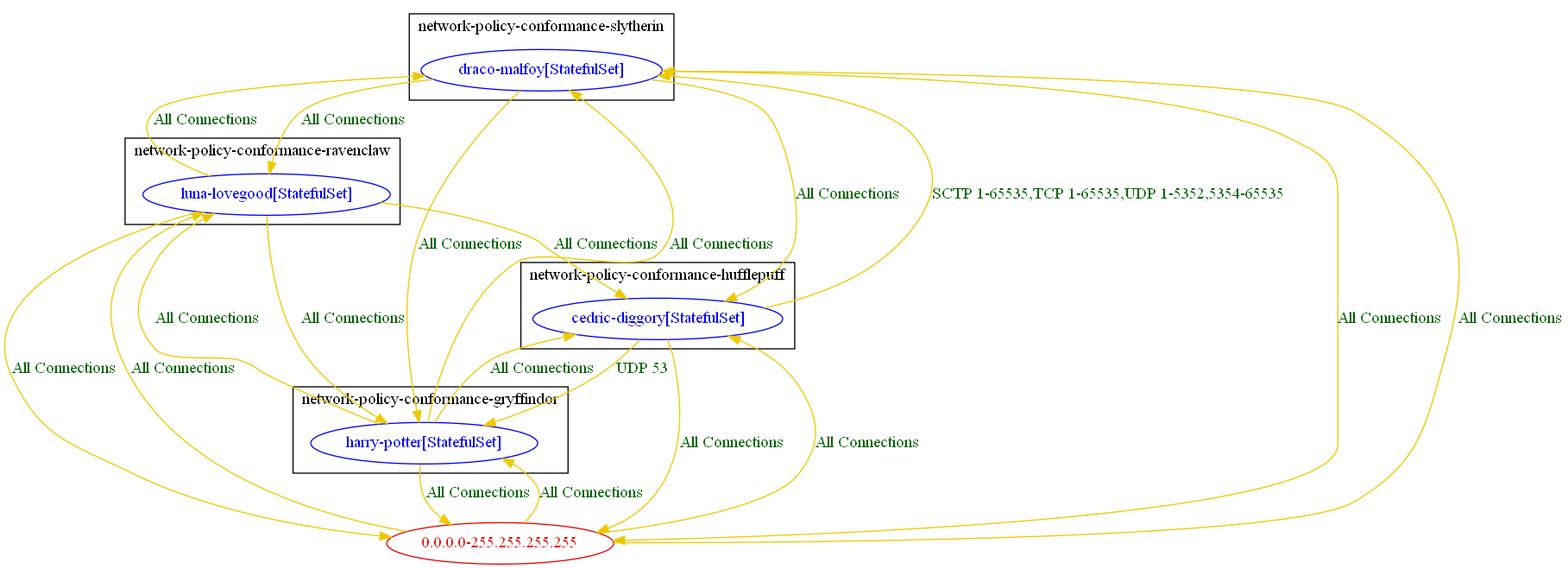
The Graphviz diagram test_outputs/connlist/banp_test_core_egress_udp_swapping_rules_connlist_output.dot.png in np-guard/netpol-analyzer, before a commit. Its source is kept beside it as test_outputs/connlist/banp_test_core_egress_udp_swapping_rules_connlist_output.dot.
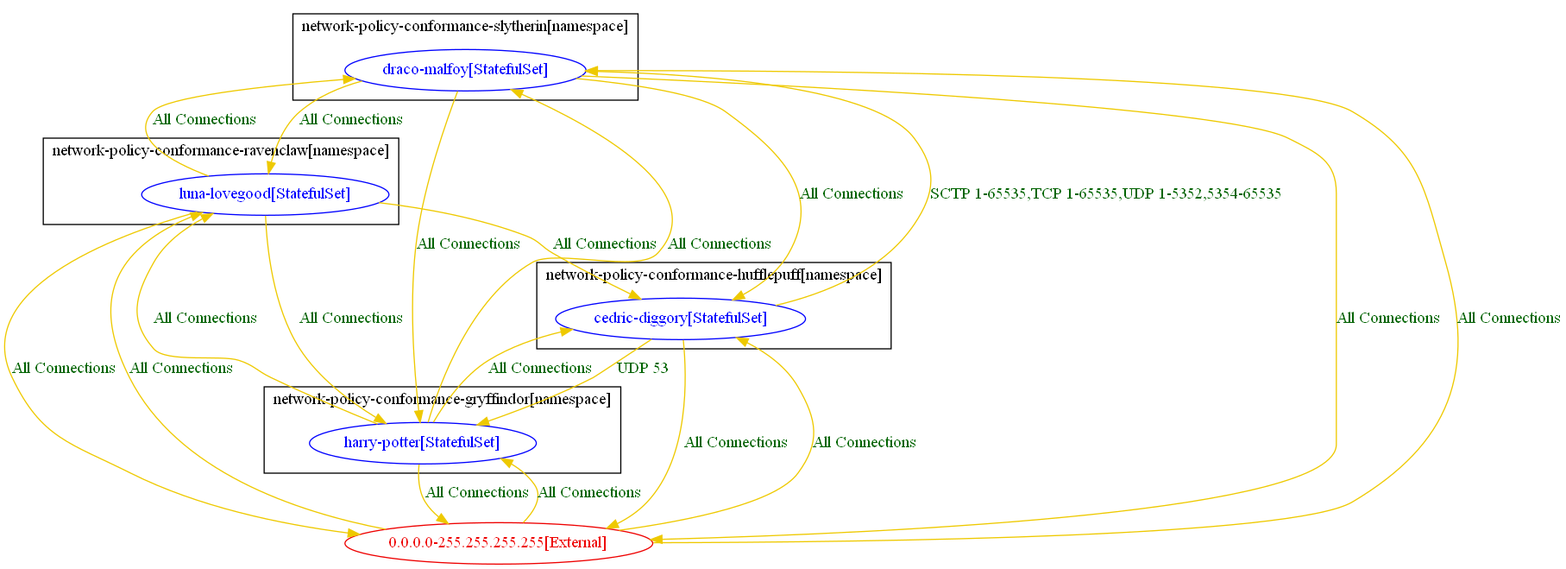
Later version of the same file.

What changed in the source:
```diff
@@ -1,45 +1,45 @@
 digraph {
-	subgraph "cluster_network_policy_conformance_gryffindor" {
+	subgraph "cluster_network_policy_conformance_gryffindor[namespace]" {
 		color="black"
 		fontcolor="black"
 		"network-policy-conformance-gryffindor/harry-potter[StatefulSet]" [label="harry-potter[StatefulSet]" color="blue" fontcolor="blue"]
-		label="network-policy-conformance-gryffindor"
+		label="network-policy-conformance-gryffindor[namespace]"
 	}
-	subgraph "cluster_network_policy_conformance_hufflepuff" {
+	subgraph "cluster_network_policy_conformance_hufflepuff[namespace]" {
 		color="black"
 		fontcolor="black"
 		"network-policy-conformance-hufflepuff/cedric-diggory[StatefulSet]" [label="cedric-diggory[StatefulSet]" color="blue" fontcolor="blue"]
-		label="network-policy-conformance-hufflepuff"
+		label="network-policy-conformance-hufflepuff[namespace]"
 	}
-	subgraph "cluster_network_policy_conformance_ravenclaw" {
+	subgraph "cluster_network_policy_conformance_ravenclaw[namespace]" {
 		color="black"
 		fontcolor="black"
 		"network-policy-conformance-ravenclaw/luna-lovegood[StatefulSet]" [label="luna-lovegood[StatefulSet]" color="blue" fontcolor="blue"]
-		label="network-policy-conformance-ravenclaw"
+		label="network-policy-conformance-ravenclaw[namespace]"
 	}
-	subgraph "cluster_network_policy_conformance_slytherin" {
+	subgraph "cluster_network_policy_conformance_slytherin[namespace]" {
 		color="black"
 		fontcolor="black"
 		"network-policy-conformance-slytherin/draco-malfoy[StatefulSet]" [label="draco-malfoy[StatefulSet]" color="blue" fontcolor="blue"]
-		label="network-policy-conformance-slytherin"
+		label="network-policy-conformance-slytherin[namespace]"
 	}
-	"0.0.0.0-255.255.255.255" [label="0.0.0.0-255.255.255.255" color="red2" fontcolor="red2"]
-	"0.0.0.0-255.255.255.255" -> "network-policy-conformance-gryffindor/harry-potter[StatefulSet]" [label="All Connections" color="gold2" fontcolor="darkgreen" weight=0.5]
-	"0.0.0.0-255.255.255.255" -> "network-policy-conformance-hufflepuff/cedric-diggory[StatefulSet]" [label="All Connections" color="gold2" fontcolor="darkgreen" weight=0.5]
-	"0.0.0.0-255.255.255.255" -> "network-policy-conformance-ravenclaw/luna-lovegood[StatefulSet]" [label="All Connections" color="gold2" fontcolor="darkgreen" weight=0.5]
-	"0.0.0.0-255.255.255.255" -> "network-policy-conformance-slytherin/draco-malfoy[StatefulSet]" [label="All Connections" color="gold2" fontcolor="darkgreen" weight=0.5]
-	"network-policy-conformance-gryffindor/harry-potter[StatefulSet]" -> "0.0.0.0-255.255.255.255" [label="All Connections" color="gold2" fontcolor="darkgreen" weight=1]
+	"0.0.0.0-255.255.255.255[External]" [label="0.0.0.0-255.255.255.255[External]" color="red2" fontcolor="red2"]
+	"0.0.0.0-255.255.255.255[External]" -> "network-policy-conformance-gryffindor/harry-potter[StatefulSet]" [label="All Connections" color="gold2" fontcolor="darkgreen" weight=0.5]
+	"0.0.0.0-255.255.255.255[External]" -> "network-policy-conformance-hufflepuff/cedric-diggory[StatefulSet]" [label="All Connections" color="gold2" fontcolor="darkgreen" weight=0.5]
+	"0.0.0.0-255.255.255.255[External]" -> "network-policy-conformance-ravenclaw/luna-lovegood[StatefulSet]" [label="All Connections" color="gold2" fontcolor="darkgreen" weight=0.5]
+	"0.0.0.0-255.255.255.255[External]" -> "network-policy-conformance-slytherin/draco-malfoy[StatefulSet]" [label="All Connections" color="gold2" fontcolor="darkgreen" weight=0.5]
+	"network-policy-conformance-gryffindor/harry-potter[StatefulSet]" -> "0.0.0.0-255.255.255.255[External]" [label="All Connections" color="gold2" fontcolor="darkgreen" weight=1]
 	"network-policy-conformance-gryffindor/harry-potter[StatefulSet]" -> "network-policy-conformance-hufflepuff/cedric-diggory[StatefulSet]" [label="All Connections" color="gold2" fontcolor="darkgreen" weight=0.5]
 	"network-policy-conformance-gryffindor/harry-potter[StatefulSet]" -> "network-policy-conformance-ravenclaw/luna-lovegood[StatefulSet]" [label="All Connections" color="gold2" fontcolor="darkgreen" weight=0.5]
 	"network-policy-conformance-gryffindor/harry-potter[StatefulSet]" -> "network-policy-conformance-slytherin/draco-malfoy[StatefulSet]" [label="All Connections" color="gold2" fontcolor="darkgreen" weight=0.5]
-	"network-policy-conformance-hufflepuff/cedric-diggory[StatefulSet]" -> "0.0.0.0-255.255.255.255" [label="All Connections" color="gold2" fontcolor="darkgreen" weight=1]
+	"network-policy-conformance-hufflepuff/cedric-diggory[StatefulSet]" -> "0.0.0.0-255.255.255.255[External]" [label="All Connections" color="gold2" fontcolor="darkgreen" weight=1]
 	"network-policy-conformance-hufflepuff/cedric-diggory[StatefulSet]" -> "network-policy-conformance-gryffindor/harry-potter[StatefulSet]" [label="UDP 53" color="gold2" fontcolor="darkgreen" weight=1]
 	"network-policy-conformance-hufflepuff/cedric-diggory[StatefulSet]" -> "network-policy-conformance-slytherin/draco-malfoy[StatefulSet]" [label="SCTP 1-65535,TCP 1-65535,UDP 1-5352,5354-65535" color="gold2" fontcolor="darkgreen" weight=0.5]
-	"network-policy-conformance-ravenclaw/luna-lovegood[StatefulSet]" -> "0.0.0.0-255.255.255.255" [label="All Connections" color="gold2" fontcolor="darkgreen" weight=1]
+	"network-policy-conformance-ravenclaw/luna-lovegood[StatefulSet]" -> "0.0.0.0-255.255.255.255[External]" [label="All Connections" color="gold2" fontcolor="darkgreen" weight=1]
 	"network-policy-conformance-ravenclaw/luna-lovegood[StatefulSet]" -> "network-policy-conformance-gryffindor/harry-potter[StatefulSet]" [label="All Connections" color="gold2" fontcolor="darkgreen" weight=1]
 	"network-policy-conformance-ravenclaw/luna-lovegood[StatefulSet]" -> "network-policy-conformance-hufflepuff/cedric-diggory[StatefulSet]" [label="All Connections" color="gold2" fontcolor="darkgreen" weight=1]
 	"network-policy-conformance-ravenclaw/luna-lovegood[StatefulSet]" -> "network-policy-conformance-slytherin/draco-malfoy[StatefulSet]" [label="All Connections" color="gold2" fontcolor="darkgreen" weight=0.5]
-	"network-policy-conformance-slytherin/draco-malfoy[StatefulSet]" -> "0.0.0.0-255.255.255.255" [label="All Connections" color="gold2" fontcolor="darkgreen" weight=1]
+	"network-policy-conformance-slytherin/draco-malfoy[StatefulSet]" -> "0.0.0.0-255.255.255.255[External]" [label="All Connections" color="gold2" fontcolor="darkgreen" weight=1]
 	"network-policy-conformance-slytherin/draco-malfoy[StatefulSet]" -> "network-policy-conformance-gryffindor/harry-potter[StatefulSet]" [label="All Connections" color="gold2" fontcolor="darkgreen" weight=1]
 	"network-policy-conformance-slytherin/draco-malfoy[StatefulSet]" -> "network-policy-conformance-hufflepuff/cedric-diggory[StatefulSet]" [label="All Connections" color="gold2" fontcolor="darkgreen" weight=1]
 	"network-policy-conformance-slytherin/draco-malfoy[StatefulSet]" -> "network-policy-conformance-ravenclaw/luna-lovegood[StatefulSet]" [label="All Connections" color="gold2" fontcolor="darkgreen" weight=1]
```
